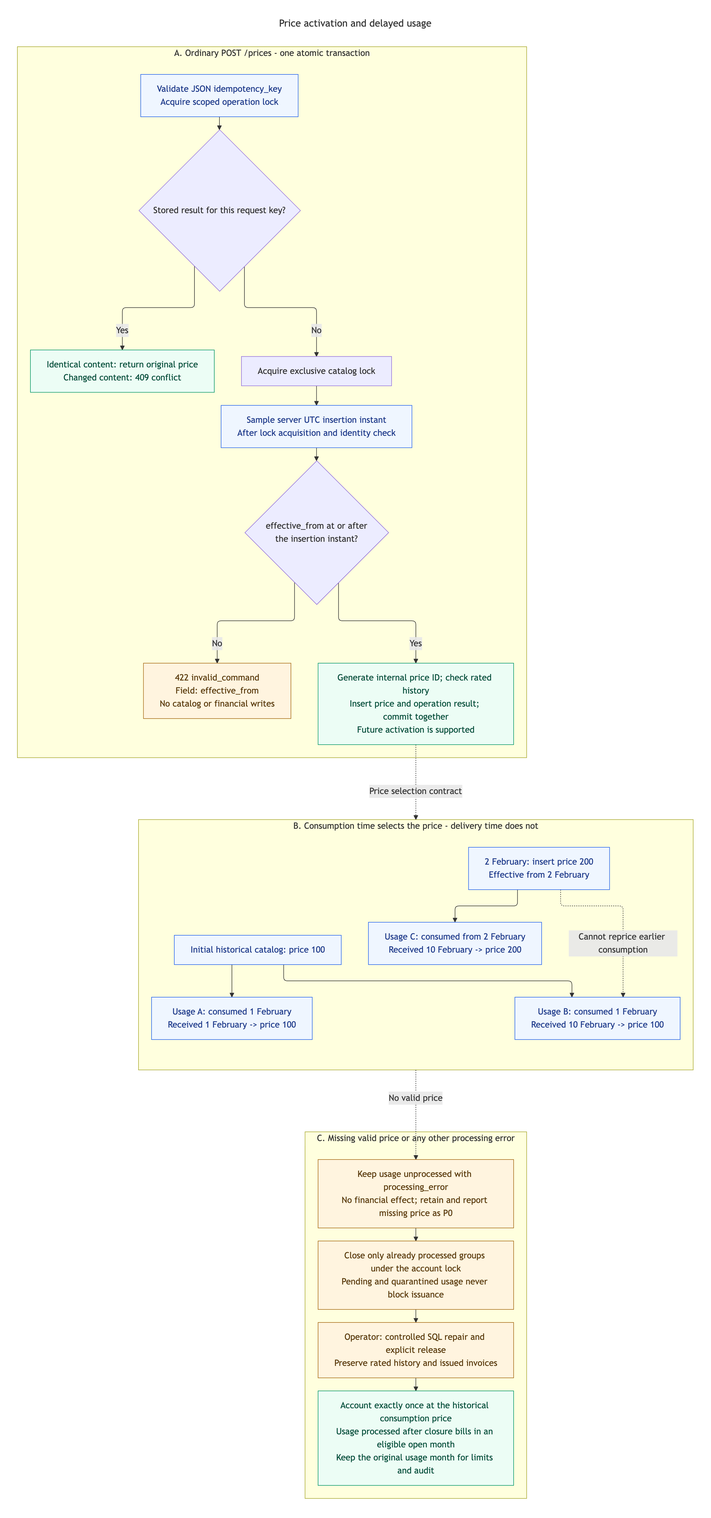
Before: docs/diagrams/price-version-activation/price-version-activation.png, a diagram exported from Mermaid (pupitooo/e2b-billing-api). Its source is kept beside it as docs/diagrams/price-version-activation/price-version-activation.mmd.
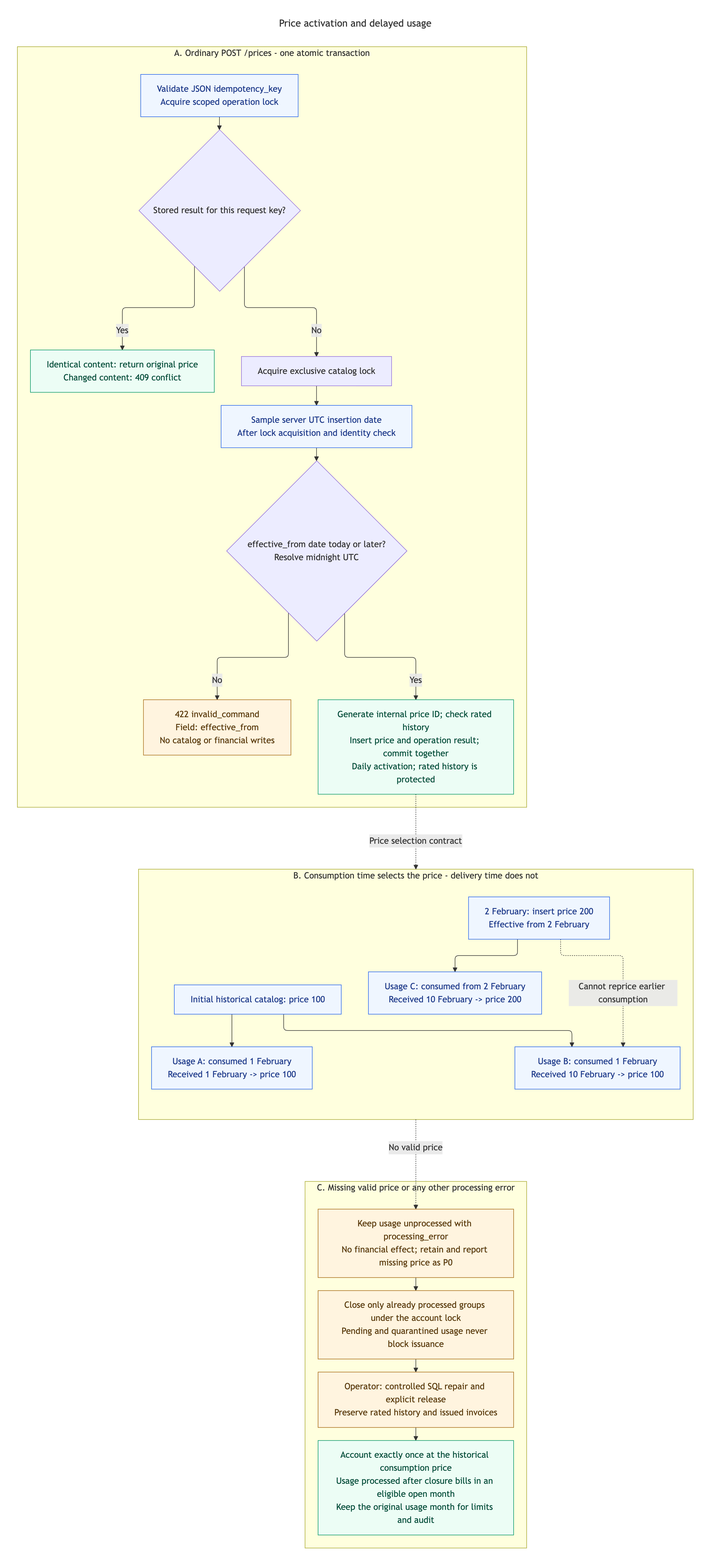
After the change.

Diff of the diagram source:
```diff
@@ -14,10 +14,10 @@
         catalog["Acquire exclusive catalog lock"]
         identity{"Stored result for this request key?"}
         retry["Identical content: return original price<br/>Changed content: 409 conflict"]
-        time["Sample server UTC insertion instant<br/>After lock acquisition and identity check"]
-        eligible{"effective_from at or after<br/>the insertion instant?"}
+        time["Sample server UTC insertion date<br/>After lock acquisition and identity check"]
+        eligible{"effective_from date today or later?<br/>Resolve midnight UTC"}
         invalid["422 invalid_command<br/>Field: effective_from<br/>No catalog or financial writes"]
-        persist["Generate internal price ID; check rated history<br/>Insert price and operation result; commit together<br/>Future activation is supported"]
+        persist["Generate internal price ID; check rated history<br/>Insert price and operation result; commit together<br/>Daily activation; rated history is protected"]
         lock --> identity
         identity -->|"Yes"| retry
         identity -->|"No"| catalog --> time --> eligible
```
